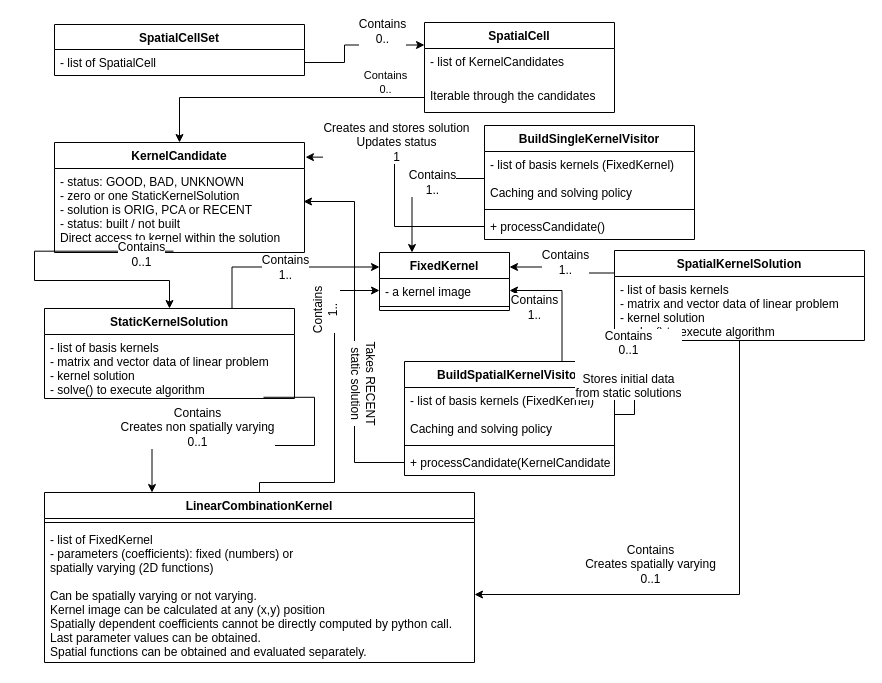
Before: tickets/DM-19443_visualize_coefficients/AL_kernel_solution_classes.drawio in lsst-dm/diffimTests, a draw.io diagram. Source tidied: cells renumbered, new cells numbered last; positions are measured from the earlier drawing's top-left corner, leaving out a move shared by most shapes. Both pictures are drawn from the tidied source at 100%, with x=0, y=0 at pixel (44, 22).
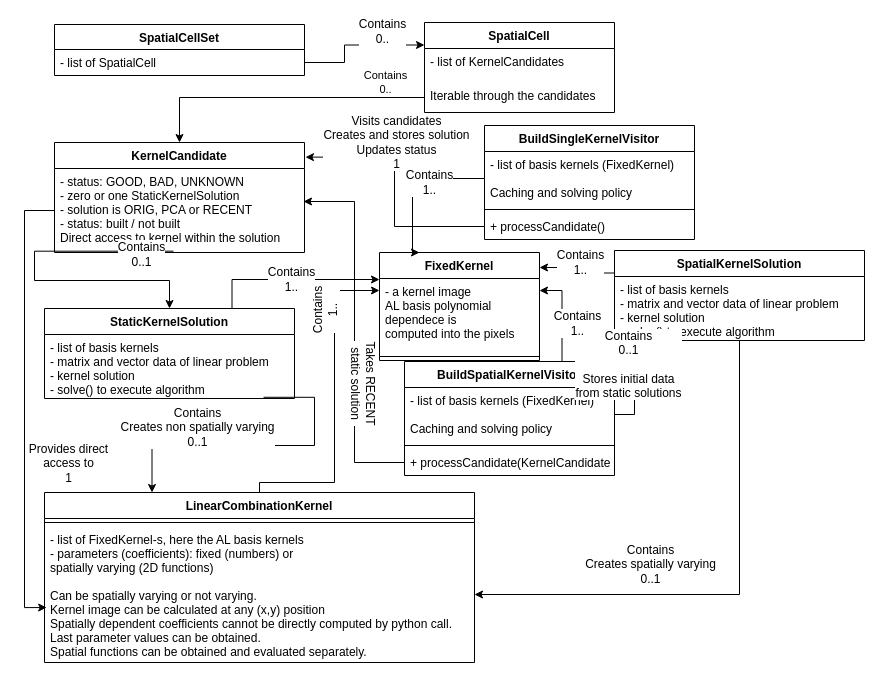
The same diagram, later.

Commit message (it also covers changes not shown here):
Minor update, add pdf and svg export of figure.

Unchanged cells that the change refers to:
```xml
<mxCell id="5" value="- status: GOOD, BAD, UNKNOWN&#10;- zero or one StaticKernelSolution&#10;- solution is ORIG, PCA or RECENT&#10;- status: built / not built&#10;Direct access to kernel within the solution&#10;&#10;" style="text;strokeColor=none;fillColor=none;align=left;verticalAlign=top;spacingLeft=4;spacingRight=4;overflow=hidden;points=[[0,0.5],[1,0.5]];portConstraint=eastwest;" parent="4" vertex="1">
  <mxGeometry y="26" width="250" height="84" as="geometry" />
</mxCell>
<mxCell id="6" value="LinearCombinationKernel" style="swimlane;fontStyle=1;align=center;verticalAlign=top;horizontal=1;startSize=26;" parent="1" vertex="1">
  <mxGeometry y="470" width="430" height="170" as="geometry" />
</mxCell>
<mxCell id="24" style="edgeStyle=orthogonalEdgeStyle;rounded=0;jettySize=auto;html=1;exitX=0;exitY=0.5;exitDx=0;exitDy=0;entryX=1.004;entryY=0.133;entryDx=0;entryDy=0;entryPerimeter=0;" parent="1" edge="1" source="12" target="4">
  <mxGeometry relative="1" as="geometry" />
</mxCell>
<mxCell id="29" value="BuildSpatialKernelVisitor" style="swimlane;fontStyle=1;align=center;verticalAlign=top;horizontal=1;startSize=26;" parent="1" vertex="1">
  <mxGeometry x="360" y="339" width="210" height="114" as="geometry" />
</mxCell>
<mxCell id="36" value="SpatialKernelSolution" style="swimlane;fontStyle=1;align=center;verticalAlign=top;horizontal=1;startSize=26;" parent="1" vertex="1">
  <mxGeometry x="570" y="228" width="250" height="90" as="geometry" />
</mxCell>
```

What changed in the source:
```diff
@@
-    <mxCell id="8" value="- list of FixedKernel&#10;- parameters (coefficients): fixed (numbers) or &#10;spatially varying (2D functions)&#10;&#10;Can be spatially varying or not varying.&#10;Kernel image can be calculated at any (x,y) position&#10;Spatially dependent coefficients cannot be directly computed by python call.&#10;Last parameter values can be obtained.&#10;Spatial functions can be obtained and evaluated separately.&#10;&#10;" style="text;strokeColor=none;fillColor=none;align=left;verticalAlign=top;spacingLeft=4;spacingRight=4;overflow=hidden;points=[[0,0.5],[1,0.5]];portConstraint=eastwest;" parent="6" vertex="1">
+    <mxCell id="8" value="- list of FixedKernel-s, here the AL basis kernels&#10;- parameters (coefficients): fixed (numbers) or &#10;spatially varying (2D functions)&#10;&#10;Can be spatially varying or not varying.&#10;Kernel image can be calculated at any (x,y) position&#10;Spatially dependent coefficients cannot be directly computed by python call.&#10;Last parameter values can be obtained.&#10;Spatial functions can be obtained and evaluated separately.&#10;&#10;" style="text;strokeColor=none;fillColor=none;align=left;verticalAlign=top;spacingLeft=4;spacingRight=4;overflow=hidden;points=[[0,0.5],[1,0.5]];portConstraint=eastwest;" parent="6" vertex="1">
       <mxGeometry y="34" width="430" height="136" as="geometry" />
     </mxCell>
@@
     <mxCell id="19" value="FixedKernel" style="swimlane;fontStyle=1;align=center;verticalAlign=top;horizontal=1;startSize=26;" parent="1" vertex="1">
-      <mxGeometry x="335" y="230" width="130" height="58" as="geometry" />
+      <mxGeometry x="335" y="230" width="160" height="108" as="geometry" />
     </mxCell>
-    <mxCell id="20" value="- a kernel image&#10;" style="text;strokeColor=none;fillColor=none;align=left;verticalAlign=top;spacingLeft=4;spacingRight=4;overflow=hidden;points=[[0,0.5],[1,0.5]];portConstraint=eastwest;" parent="19" vertex="1">
-      <mxGeometry y="26" width="130" height="24" as="geometry" />
+    <mxCell id="20" value="- a kernel image&#10;AL basis polynomial &#10;dependece is&#10;computed into the pixels" style="text;strokeColor=none;fillColor=none;align=left;verticalAlign=top;spacingLeft=4;spacingRight=4;overflow=hidden;points=[[0,0.5],[1,0.5]];portConstraint=eastwest;" parent="19" vertex="1">
+      <mxGeometry y="26" width="160" height="74" as="geometry" />
     </mxCell>
     <mxCell id="21" style="line;strokeWidth=1;fillColor=none;align=left;verticalAlign=middle;spacingTop=-1;spacingLeft=3;spacingRight=3;labelPosition=right;" parent="19" vertex="1">
-      <mxGeometry y="50" width="130" height="8" as="geometry" />
+      <mxGeometry y="100" width="160" height="8" as="geometry" />
     </mxCell>
@@
-    <mxCell id="25" value="Creates and stores solution&lt;br&gt;Updates status&lt;br&gt;1&lt;br&gt;" style="text;html=1;align=center;verticalAlign=middle;labelBackgroundColor=#ffffff;rotation=0;" parent="24" vertex="1">
+    <mxCell id="25" value="Visits candidates&lt;br&gt;Creates and stores solution&lt;br&gt;Updates status&lt;br&gt;1&lt;br&gt;" style="text;html=1;align=center;verticalAlign=middle;labelBackgroundColor=#ffffff;rotation=0;" parent="24" vertex="1">
       <mxGeometry x="0.34" y="-2" relative="1" as="geometry">
         <mxPoint x="8" y="-13" as="offset" />
       </mxGeometry>
     </mxCell>
@@
-    <mxCell id="34" style="edgeStyle=orthogonalEdgeStyle;rounded=0;jettySize=auto;html=1;exitX=0;exitY=0.25;exitDx=0;exitDy=0;entryX=1;entryY=0.25;entryDx=0;entryDy=0;fontSize=12;" parent="1" edge="1" source="36" target="19">
+    <mxCell id="34" style="edgeStyle=orthogonalEdgeStyle;rounded=0;jettySize=auto;html=1;exitX=0;exitY=0.25;exitDx=0;exitDy=0;fontSize=12;" parent="1" edge="1" source="36">
       <mxGeometry relative="1" as="geometry">
+        <mxPoint x="495" y="245" as="targetPoint" />
         <Array as="points">
           <mxPoint x="518" y="251" />
           <mxPoint x="518" y="245" />
         </Array>
       </mxGeometry>
     </mxCell>
     <mxCell id="35" value="Contains&lt;br&gt;1..&lt;br&gt;" style="text;html=1;align=center;verticalAlign=middle;labelBackgroundColor=#ffffff;fontSize=12;" parent="34" vertex="1">
       <mxGeometry x="-0.55" y="2" relative="1" as="geometry">
-        <mxPoint x="-25" y="-13" as="offset" />
+        <mxPoint x="-17" y="-13" as="offset" />
       </mxGeometry>
     </mxCell>
@@
-    <mxCell id="38" style="edgeStyle=orthogonalEdgeStyle;rounded=0;jettySize=auto;html=1;entryX=0;entryY=0.5;entryDx=0;entryDy=0;exitX=0.5;exitY=0;exitDx=0;exitDy=0;" parent="1" edge="1" source="6" target="20">
+    <mxCell id="38" style="edgeStyle=orthogonalEdgeStyle;rounded=0;jettySize=auto;html=1;exitX=0.5;exitY=0;exitDx=0;exitDy=0;" parent="1" edge="1" source="6">
       <mxGeometry relative="1" as="geometry">
+        <mxPoint x="335" y="268" as="targetPoint" />
         <Array as="points">
           <mxPoint x="215" y="460" />
           <mxPoint x="290" y="460" />
           <mxPoint x="290" y="268" />
         </Array>
       </mxGeometry>
     </mxCell>
@@
-    <mxCell id="42" style="edgeStyle=orthogonalEdgeStyle;rounded=0;jettySize=auto;html=1;exitX=0.75;exitY=0;exitDx=0;exitDy=0;entryX=1;entryY=0.5;entryDx=0;entryDy=0;" parent="1" edge="1" source="29" target="20">
+    <mxCell id="42" style="edgeStyle=orthogonalEdgeStyle;rounded=0;jettySize=auto;html=1;exitX=0.75;exitY=0;exitDx=0;exitDy=0;" parent="1" edge="1" source="29">
       <mxGeometry relative="1" as="geometry">
+        <mxPoint x="495" y="268" as="targetPoint" />
         <Array as="points">
           <mxPoint x="518" y="268" />
         </Array>
       </mxGeometry>
     </mxCell>
     <mxCell id="43" value="Contains&lt;br&gt;1..&lt;br&gt;" style="text;html=1;align=center;verticalAlign=middle;labelBackgroundColor=#ffffff;" parent="42" vertex="1">
       <mxGeometry x="0.29" y="1" relative="1" as="geometry">
-        <mxPoint x="-19" y="15" as="offset" />
+        <mxPoint x="16" y="21" as="offset" />
       </mxGeometry>
     </mxCell>
@@
+    <mxCell id="48" style="edgeStyle=orthogonalEdgeStyle;rounded=0;jettySize=auto;html=1;entryX=0.005;entryY=0.596;entryDx=0;entryDy=0;entryPerimeter=0;" parent="1" edge="1" source="5" target="8">
+      <mxGeometry relative="1" as="geometry">
+        <Array as="points">
+          <mxPoint x="-20" y="188" />
+          <mxPoint x="-20" y="585" />
+        </Array>
+      </mxGeometry>
+    </mxCell>
+    <mxCell id="49" value="Provides direct&lt;br&gt;access to&lt;br&gt;1&lt;br&gt;" style="text;html=1;align=center;verticalAlign=middle;labelBackgroundColor=#ffffff;" parent="48" vertex="1">
+      <mxGeometry x="0.1" y="3" relative="1" as="geometry">
+        <mxPoint x="40" y="35" as="offset" />
+      </mxGeometry>
+    </mxCell>
```
